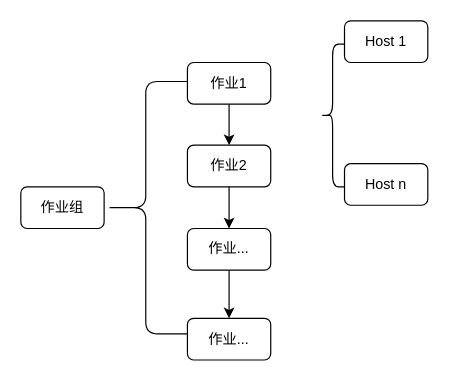
This is ansible.drawio from xuanzc/myGitHub, a draw.io file, before an edit. Source tidied: cells renumbered, new cells numbered last; positions are measured from the earlier drawing's top-left corner, leaving out a move shared by most shapes. Both pictures are drawn from the tidied source at 119%, with x=0, y=0 at pixel (20, 20).
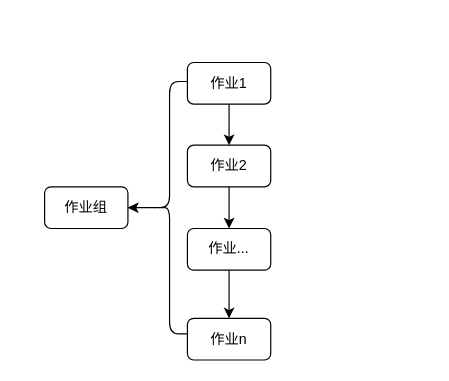
The same diagram, later.

Change to the diagram source:
```diff
@@
 <mxGraphModel>
   <root>
     <mxCell id="0" />
     <mxCell id="1" parent="0" />
+    <mxCell id="14" style="edgeStyle=orthogonalEdgeStyle;rounded=0;jettySize=auto;html=1;exitX=0.1;exitY=0.5;exitDx=0;exitDy=0;exitPerimeter=0;endArrow=classic;endFill=1;" parent="1" edge="1" source="2" target="3">
+      <mxGeometry relative="1" as="geometry" />
+    </mxCell>
     <mxCell id="2" style="shape=curlyBracket;whiteSpace=wrap;html=1;rounded=1;" parent="1" vertex="1">
-      <mxGeometry x="70" y="51" width="70" height="212" as="geometry" />
+      <mxGeometry x="110" y="51" width="30" height="212" as="geometry" />
     </mxCell>
     <mxCell id="3" value="作业组" style="whiteSpace=wrap;html=1;rounded=1;" parent="1" vertex="1">
-      <mxGeometry y="139.5" width="70" height="35" as="geometry" />
+      <mxGeometry x="20" y="139.5" width="70" height="35" as="geometry" />
     </mxCell>
     <mxCell id="4" style="edgeStyle=orthogonalEdgeStyle;rounded=0;jettySize=auto;html=1;" parent="1" edge="1" source="5" target="10">
       <mxGeometry relative="1" as="geometry" />
     </mxCell>
     <mxCell id="5" value="作业1" style="whiteSpace=wrap;html=1;rounded=1;" parent="1" vertex="1">
       <mxGeometry x="140" y="35" width="70" height="35" as="geometry" />
     </mxCell>
-    <mxCell id="6" style="shape=curlyBracket;whiteSpace=wrap;html=1;rounded=1;" parent="1" vertex="1">
-      <mxGeometry x="252" y="19.5" width="20" height="120" as="geometry" />
-    </mxCell>
-    <mxCell id="7" value="Host 1" style="whiteSpace=wrap;html=1;rounded=1;" parent="1" vertex="1">
-      <mxGeometry x="272" width="70" height="35" as="geometry" />
-    </mxCell>
-    <mxCell id="8" value="Host n" style="whiteSpace=wrap;html=1;rounded=1;" parent="1" vertex="1">
-      <mxGeometry x="272" y="120" width="70" height="35" as="geometry" />
-    </mxCell>
     <mxCell id="9" style="edgeStyle=orthogonalEdgeStyle;rounded=0;jettySize=auto;html=1;" parent="1" edge="1" source="10" target="12">
       <mxGeometry relative="1" as="geometry" />
     </mxCell>
     <mxCell id="10" value="作业2" style="whiteSpace=wrap;html=1;rounded=1;" parent="1" vertex="1">
       <mxGeometry x="140" y="104.5" width="70" height="35" as="geometry" />
     </mxCell>
     <mxCell id="11" style="edgeStyle=orthogonalEdgeStyle;rounded=0;jettySize=auto;html=1;" parent="1" edge="1" source="12" target="13">
       <mxGeometry relative="1" as="geometry" />
     </mxCell>
     <mxCell id="12" value="作业..." style="whiteSpace=wrap;html=1;rounded=1;" parent="1" vertex="1">
       <mxGeometry x="140" y="174.5" width="70" height="35" as="geometry" />
     </mxCell>
-    <mxCell id="13" value="作业..." style="whiteSpace=wrap;html=1;rounded=1;" parent="1" vertex="1">
+    <mxCell id="13" value="作业n" style="whiteSpace=wrap;html=1;rounded=1;" parent="1" vertex="1">
       <mxGeometry x="140" y="250" width="70" height="35" as="geometry" />
     </mxCell>
   </root>
 </mxGraphModel>
```
